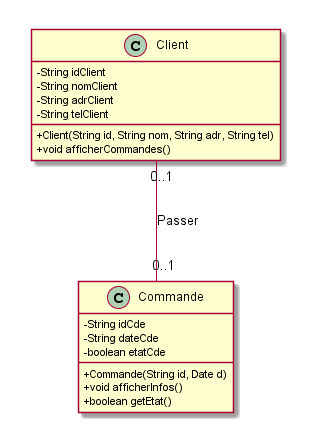
The PlantUML diagram POO/images/plantuml/td6.un.un.png in IUT-Blagnac/POO, before a commit.
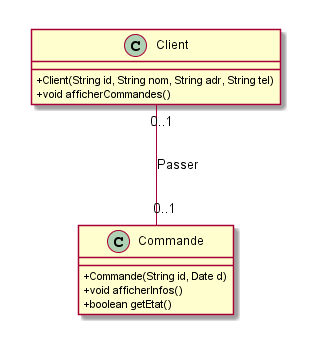
Above is the later version.

Diff of the diagram source:
```diff
@@ -3,9 +3,6 @@
 skinparam classAttributeIconSize 0
 
 class Commande {
-	- String idCde
-	- String dateCde
-	- boolean etatCde
 	+ Commande(String id, Date d)
 	+ void afficherInfos()
 	+ boolean getEtat()
@@ -13,10 +10,6 @@
 
 
 class Client {
-	- String idClient
-	- String nomClient
-	- String adrClient
-	- String telClient
 	+ Client(String id, String nom, String adr, String tel)
 	+ void afficherCommandes()
 }
```
